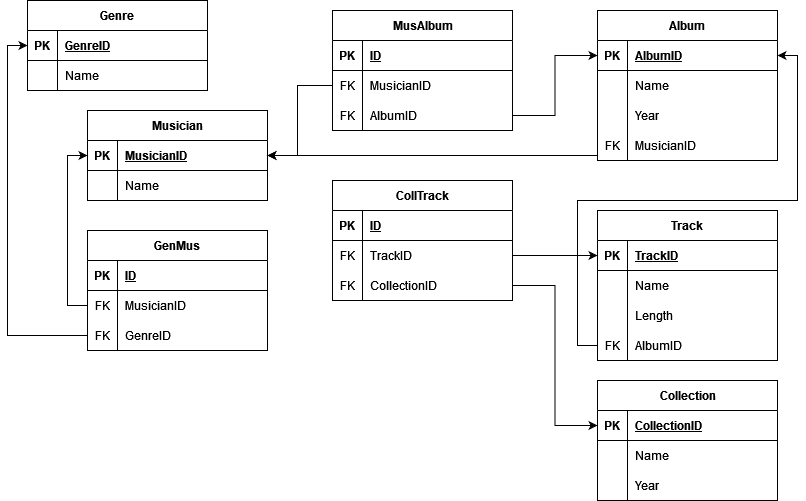
Before: DB_HW_2.png, a diagram exported from draw.io (Garpusha/Database-HW). Source tidied: cells renumbered, new cells last; positions are measured from the earlier drawing's top-left corner, leaving out a move shared by most shapes.
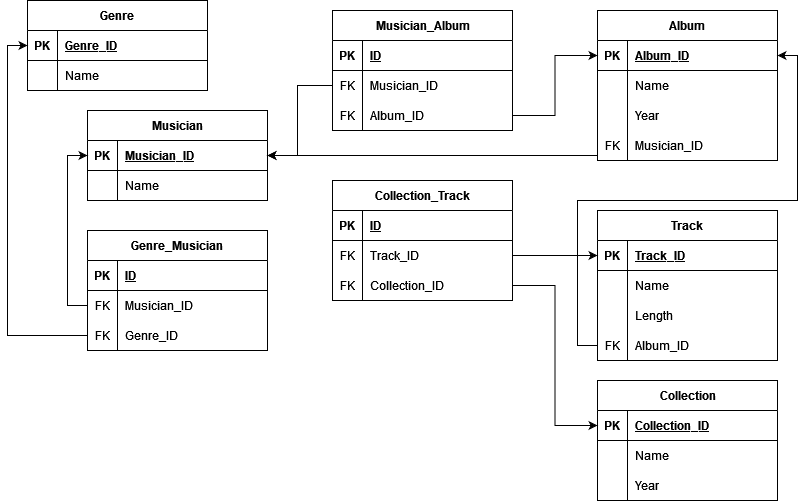
Later version of the same file.

The edit, as a diff of the source:
```diff
@@ -11,7 +11,7 @@
     <mxCell id="4" value="PK" style="shape=partialRectangle;fillColor=none;top=0;left=0;bottom=0;right=0;fontStyle=1;overflow=hidden;" parent="3" vertex="1">
       <mxGeometry width="30" height="30" as="geometry" />
     </mxCell>
-    <mxCell id="5" value="GenreID" style="shape=partialRectangle;fillColor=none;top=0;left=0;bottom=0;right=0;align=left;spacingLeft=6;fontStyle=5;overflow=hidden;" parent="3" vertex="1">
+    <mxCell id="5" value="Genre_ID" style="shape=partialRectangle;fillColor=none;top=0;left=0;bottom=0;right=0;align=left;spacingLeft=6;fontStyle=5;overflow=hidden;" parent="3" vertex="1">
       <mxGeometry x="30" width="150" height="30" as="geometry" />
     </mxCell>
     <mxCell id="6" style="shape=tableRow;horizontal=0;startSize=0;swimlaneHead=0;swimlaneBody=0;fillColor=none;top=0;left=0;right=0;bottom=0;" parent="2" vertex="1">
@@ -32,7 +32,7 @@
     <mxCell id="11" value="PK" style="shape=partialRectangle;fillColor=none;top=0;left=0;bottom=0;right=0;fontStyle=1;overflow=hidden;" parent="10" vertex="1">
       <mxGeometry width="30" height="30" as="geometry" />
     </mxCell>
-    <mxCell id="12" value="MusicianID" style="shape=partialRectangle;fillColor=none;top=0;left=0;bottom=0;right=0;align=left;spacingLeft=6;fontStyle=5;overflow=hidden;" parent="10" vertex="1">
+    <mxCell id="12" value="Musician_ID" style="shape=partialRectangle;fillColor=none;top=0;left=0;bottom=0;right=0;align=left;spacingLeft=6;fontStyle=5;overflow=hidden;" parent="10" vertex="1">
       <mxGeometry x="30" width="150" height="30" as="geometry" />
     </mxCell>
     <mxCell id="13" style="shape=tableRow;horizontal=0;startSize=0;swimlaneHead=0;swimlaneBody=0;fillColor=none;top=0;left=0;right=0;bottom=0;" parent="9" vertex="1">
@@ -53,7 +53,7 @@
     <mxCell id="18" value="PK" style="shape=partialRectangle;fillColor=none;top=0;left=0;bottom=0;right=0;fontStyle=1;overflow=hidden;" parent="17" vertex="1">
       <mxGeometry width="30" height="30" as="geometry" />
     </mxCell>
-    <mxCell id="19" value="AlbumID" style="shape=partialRectangle;fillColor=none;top=0;left=0;bottom=0;right=0;align=left;spacingLeft=6;fontStyle=5;overflow=hidden;" parent="17" vertex="1">
+    <mxCell id="19" value="Album_ID" style="shape=partialRectangle;fillColor=none;top=0;left=0;bottom=0;right=0;align=left;spacingLeft=6;fontStyle=5;overflow=hidden;" parent="17" vertex="1">
       <mxGeometry x="30" width="150" height="30" as="geometry" />
     </mxCell>
     <mxCell id="20" style="shape=tableRow;horizontal=0;startSize=0;swimlaneHead=0;swimlaneBody=0;fillColor=none;top=0;left=0;right=0;bottom=0;" parent="16" vertex="1">
@@ -80,7 +80,7 @@
     <mxCell id="27" value="FK" style="shape=partialRectangle;fillColor=none;top=0;left=0;bottom=0;right=0;overflow=hidden;" parent="26" vertex="1">
       <mxGeometry width="30" height="30" as="geometry" />
     </mxCell>
-    <mxCell id="28" value="MusicianID" style="shape=partialRectangle;fillColor=none;top=0;left=0;bottom=0;right=0;align=left;spacingLeft=6;overflow=hidden;" parent="26" vertex="1">
+    <mxCell id="28" value="Musician_ID" style="shape=partialRectangle;fillColor=none;top=0;left=0;bottom=0;right=0;align=left;spacingLeft=6;overflow=hidden;" parent="26" vertex="1">
       <mxGeometry x="30" width="150" height="30" as="geometry" />
     </mxCell>
     <mxCell id="29" value="Track" style="shape=table;startSize=30;rowLines=0;fontStyle=1;align=center;" parent="1" vertex="1">
@@ -92,7 +92,7 @@
     <mxCell id="31" value="PK" style="shape=partialRectangle;fillColor=none;top=0;left=0;bottom=0;right=0;fontStyle=1;overflow=hidden;" parent="30" vertex="1">
       <mxGeometry width="30" height="30" as="geometry" />
     </mxCell>
-    <mxCell id="32" value="TrackID" style="shape=partialRectangle;fillColor=none;top=0;left=0;bottom=0;right=0;align=left;spacingLeft=6;fontStyle=5;overflow=hidden;" parent="30" vertex="1">
+    <mxCell id="32" value="Track_ID" style="shape=partialRectangle;fillColor=none;top=0;left=0;bottom=0;right=0;align=left;spacingLeft=6;fontStyle=5;overflow=hidden;" parent="30" vertex="1">
       <mxGeometry x="30" width="150" height="30" as="geometry" />
     </mxCell>
     <mxCell id="33" style="shape=tableRow;horizontal=0;startSize=0;swimlaneHead=0;swimlaneBody=0;fillColor=none;top=0;left=0;right=0;bottom=0;" parent="29" vertex="1">
@@ -119,10 +119,10 @@
     <mxCell id="40" value="FK" style="shape=partialRectangle;fillColor=none;top=0;left=0;bottom=0;right=0;overflow=hidden;" parent="39" vertex="1">
       <mxGeometry width="30" height="30" as="geometry" />
     </mxCell>
-    <mxCell id="41" value="AlbumID" style="shape=partialRectangle;fillColor=none;top=0;left=0;bottom=0;right=0;align=left;spacingLeft=6;overflow=hidden;" parent="39" vertex="1">
+    <mxCell id="41" value="Album_ID" style="shape=partialRectangle;fillColor=none;top=0;left=0;bottom=0;right=0;align=left;spacingLeft=6;overflow=hidden;" parent="39" vertex="1">
       <mxGeometry x="30" width="150" height="30" as="geometry" />
     </mxCell>
-    <mxCell id="42" value="GenMus" style="shape=table;startSize=30;rowLines=0;fontStyle=1;align=center;" parent="1" vertex="1">
+    <mxCell id="42" value="Genre_Musician" style="shape=table;startSize=30;rowLines=0;fontStyle=1;align=center;" parent="1" vertex="1">
       <mxGeometry x="60" y="230" width="180" height="120" as="geometry" />
     </mxCell>
     <mxCell id="43" style="shape=tableRow;horizontal=0;startSize=0;swimlaneHead=0;swimlaneBody=0;fillColor=none;top=0;left=0;right=0;bottom=1;" parent="42" vertex="1">
@@ -140,7 +140,7 @@
     <mxCell id="47" value="FK" style="shape=partialRectangle;fillColor=none;top=0;left=0;bottom=0;right=0;overflow=hidden;" parent="46" vertex="1">
       <mxGeometry width="30" height="30" as="geometry" />
     </mxCell>
-    <mxCell id="48" value="MusicianID" style="shape=partialRectangle;fillColor=none;top=0;left=0;bottom=0;right=0;align=left;spacingLeft=6;overflow=hidden;" parent="46" vertex="1">
+    <mxCell id="48" value="Musician_ID" style="shape=partialRectangle;fillColor=none;top=0;left=0;bottom=0;right=0;align=left;spacingLeft=6;overflow=hidden;" parent="46" vertex="1">
       <mxGeometry x="30" width="150" height="30" as="geometry" />
     </mxCell>
     <mxCell id="49" style="shape=tableRow;horizontal=0;startSize=0;swimlaneHead=0;swimlaneBody=0;fillColor=none;points=[[0,0.5],[1,0.5]];portConstraint=eastwest;top=0;left=0;right=0;bottom=0;" parent="42" vertex="1">
@@ -149,7 +149,7 @@
     <mxCell id="50" value="FK" style="shape=partialRectangle;fillColor=none;top=0;left=0;bottom=0;right=0;overflow=hidden;" parent="49" vertex="1">
       <mxGeometry width="30" height="30" as="geometry" />
     </mxCell>
-    <mxCell id="51" value="GenreID" style="shape=partialRectangle;fillColor=none;top=0;left=0;bottom=0;right=0;align=left;spacingLeft=6;overflow=hidden;" parent="49" vertex="1">
+    <mxCell id="51" value="Genre_ID" style="shape=partialRectangle;fillColor=none;top=0;left=0;bottom=0;right=0;align=left;spacingLeft=6;overflow=hidden;" parent="49" vertex="1">
       <mxGeometry x="30" width="150" height="30" as="geometry" />
     </mxCell>
     <mxCell id="52" style="edgeStyle=orthogonalEdgeStyle;rounded=0;jettySize=auto;html=1;entryX=1;entryY=0.5;entryDx=0;entryDy=0;" parent="1" edge="1" source="26" target="10">
@@ -166,7 +166,7 @@
     <mxCell id="54" style="edgeStyle=orthogonalEdgeStyle;rounded=0;jettySize=auto;html=1;exitX=0;exitY=0.5;exitDx=0;exitDy=0;entryX=0;entryY=0.5;entryDx=0;entryDy=0;" parent="1" edge="1" source="46" target="10">
       <mxGeometry relative="1" as="geometry" />
     </mxCell>
-    <mxCell id="55" value="MusAlbum" style="shape=table;startSize=30;rowLines=0;fontStyle=1;align=center;html=1;" parent="1" vertex="1">
+    <mxCell id="55" value="Musician_Album" style="shape=table;startSize=30;rowLines=0;fontStyle=1;align=center;html=1;" parent="1" vertex="1">
       <mxGeometry x="305" y="10" width="180" height="120" as="geometry" />
     </mxCell>
     <mxCell id="56" style="shape=tableRow;horizontal=0;startSize=0;swimlaneHead=0;swimlaneBody=0;fillColor=none;top=0;left=0;right=0;bottom=1;" parent="55" vertex="1">
@@ -184,7 +184,7 @@
     <mxCell id="60" value="FK" style="shape=partialRectangle;fillColor=none;top=0;left=0;bottom=0;right=0;overflow=hidden;whiteSpace=wrap;html=1;" parent="59" vertex="1">
       <mxGeometry width="30" height="30" as="geometry" />
     </mxCell>
-    <mxCell id="61" value="MusicianID" style="shape=partialRectangle;fillColor=none;top=0;left=0;bottom=0;right=0;align=left;spacingLeft=6;overflow=hidden;whiteSpace=wrap;html=1;" parent="59" vertex="1">
+    <mxCell id="61" value="Musician_ID" style="shape=partialRectangle;fillColor=none;top=0;left=0;bottom=0;right=0;align=left;spacingLeft=6;overflow=hidden;whiteSpace=wrap;html=1;" parent="59" vertex="1">
       <mxGeometry x="30" width="150" height="30" as="geometry" />
     </mxCell>
     <mxCell id="62" style="shape=tableRow;horizontal=0;startSize=0;swimlaneHead=0;swimlaneBody=0;fillColor=none;points=[[0,0.5],[1,0.5]];portConstraint=eastwest;top=0;left=0;right=0;bottom=0;" parent="55" vertex="1">
@@ -193,7 +193,7 @@
     <mxCell id="63" value="FK" style="shape=partialRectangle;fillColor=none;top=0;left=0;bottom=0;right=0;overflow=hidden;whiteSpace=wrap;html=1;" parent="62" vertex="1">
       <mxGeometry width="30" height="30" as="geometry" />
     </mxCell>
-    <mxCell id="64" value="AlbumID" style="shape=partialRectangle;fillColor=none;top=0;left=0;bottom=0;right=0;align=left;spacingLeft=6;overflow=hidden;whiteSpace=wrap;html=1;" parent="62" vertex="1">
+    <mxCell id="64" value="Album_ID" style="shape=partialRectangle;fillColor=none;top=0;left=0;bottom=0;right=0;align=left;spacingLeft=6;overflow=hidden;whiteSpace=wrap;html=1;" parent="62" vertex="1">
       <mxGeometry x="30" width="150" height="30" as="geometry" />
     </mxCell>
     <mxCell id="65" style="edgeStyle=orthogonalEdgeStyle;rounded=0;jettySize=auto;html=1;entryX=1;entryY=0.5;entryDx=0;entryDy=0;" parent="1" edge="1" source="59" target="10">
@@ -216,7 +216,7 @@
     <mxCell id="69" value="PK" style="shape=partialRectangle;fillColor=none;top=0;left=0;bottom=0;right=0;fontStyle=1;overflow=hidden;whiteSpace=wrap;html=1;" parent="68" vertex="1">
       <mxGeometry width="30" height="30" as="geometry" />
     </mxCell>
-    <mxCell id="70" value="CollectionID" style="shape=partialRectangle;fillColor=none;top=0;left=0;bottom=0;right=0;align=left;spacingLeft=6;fontStyle=5;overflow=hidden;whiteSpace=wrap;html=1;" parent="68" vertex="1">
+    <mxCell id="70" value="Collection_ID" style="shape=partialRectangle;fillColor=none;top=0;left=0;bottom=0;right=0;align=left;spacingLeft=6;fontStyle=5;overflow=hidden;whiteSpace=wrap;html=1;" parent="68" vertex="1">
       <mxGeometry x="30" width="150" height="30" as="geometry" />
     </mxCell>
     <mxCell id="71" style="shape=tableRow;horizontal=0;startSize=0;swimlaneHead=0;swimlaneBody=0;fillColor=none;top=0;left=0;right=0;bottom=0;" parent="67" vertex="1">
@@ -237,7 +237,7 @@
     <mxCell id="76" value="Year" style="shape=partialRectangle;fillColor=none;top=0;left=0;bottom=0;right=0;align=left;spacingLeft=6;overflow=hidden;whiteSpace=wrap;html=1;" parent="74" vertex="1">
       <mxGeometry x="30" width="150" height="30" as="geometry" />
     </mxCell>
-    <mxCell id="77" value="CollTrack" style="shape=table;startSize=30;rowLines=0;fontStyle=1;align=center;html=1;" parent="1" vertex="1">
+    <mxCell id="77" value="Collection_Track" style="shape=table;startSize=30;rowLines=0;fontStyle=1;align=center;html=1;" parent="1" vertex="1">
       <mxGeometry x="305" y="180" width="180" height="120" as="geometry" />
     </mxCell>
     <mxCell id="78" style="shape=tableRow;horizontal=0;startSize=0;swimlaneHead=0;swimlaneBody=0;fillColor=none;top=0;left=0;right=0;bottom=1;" parent="77" vertex="1">
@@ -255,7 +255,7 @@
     <mxCell id="82" value="FK" style="shape=partialRectangle;fillColor=none;top=0;left=0;bottom=0;right=0;overflow=hidden;whiteSpace=wrap;html=1;" parent="81" vertex="1">
       <mxGeometry width="30" height="30" as="geometry" />
     </mxCell>
-    <mxCell id="83" value="TrackID" style="shape=partialRectangle;fillColor=none;top=0;left=0;bottom=0;right=0;align=left;spacingLeft=6;overflow=hidden;whiteSpace=wrap;html=1;" parent="81" vertex="1">
+    <mxCell id="83" value="Track_ID" style="shape=partialRectangle;fillColor=none;top=0;left=0;bottom=0;right=0;align=left;spacingLeft=6;overflow=hidden;whiteSpace=wrap;html=1;" parent="81" vertex="1">
       <mxGeometry x="30" width="150" height="30" as="geometry" />
     </mxCell>
     <mxCell id="84" style="shape=tableRow;horizontal=0;startSize=0;swimlaneHead=0;swimlaneBody=0;fillColor=none;points=[[0,0.5],[1,0.5]];portConstraint=eastwest;top=0;left=0;right=0;bottom=0;" parent="77" vertex="1">
@@ -264,7 +264,7 @@
     <mxCell id="85" value="FK" style="shape=partialRectangle;fillColor=none;top=0;left=0;bottom=0;right=0;overflow=hidden;whiteSpace=wrap;html=1;" parent="84" vertex="1">
       <mxGeometry width="30" height="30" as="geometry" />
     </mxCell>
-    <mxCell id="86" value="CollectionID" style="shape=partialRectangle;fillColor=none;top=0;left=0;bottom=0;right=0;align=left;spacingLeft=6;overflow=hidden;whiteSpace=wrap;html=1;" parent="84" vertex="1">
+    <mxCell id="86" value="Collection_ID" style="shape=partialRectangle;fillColor=none;top=0;left=0;bottom=0;right=0;align=left;spacingLeft=6;overflow=hidden;whiteSpace=wrap;html=1;" parent="84" vertex="1">
       <mxGeometry x="30" width="150" height="30" as="geometry" />
     </mxCell>
     <mxCell id="87" style="edgeStyle=orthogonalEdgeStyle;rounded=0;jettySize=auto;html=1;" parent="1" edge="1" source="39" target="17">
```
